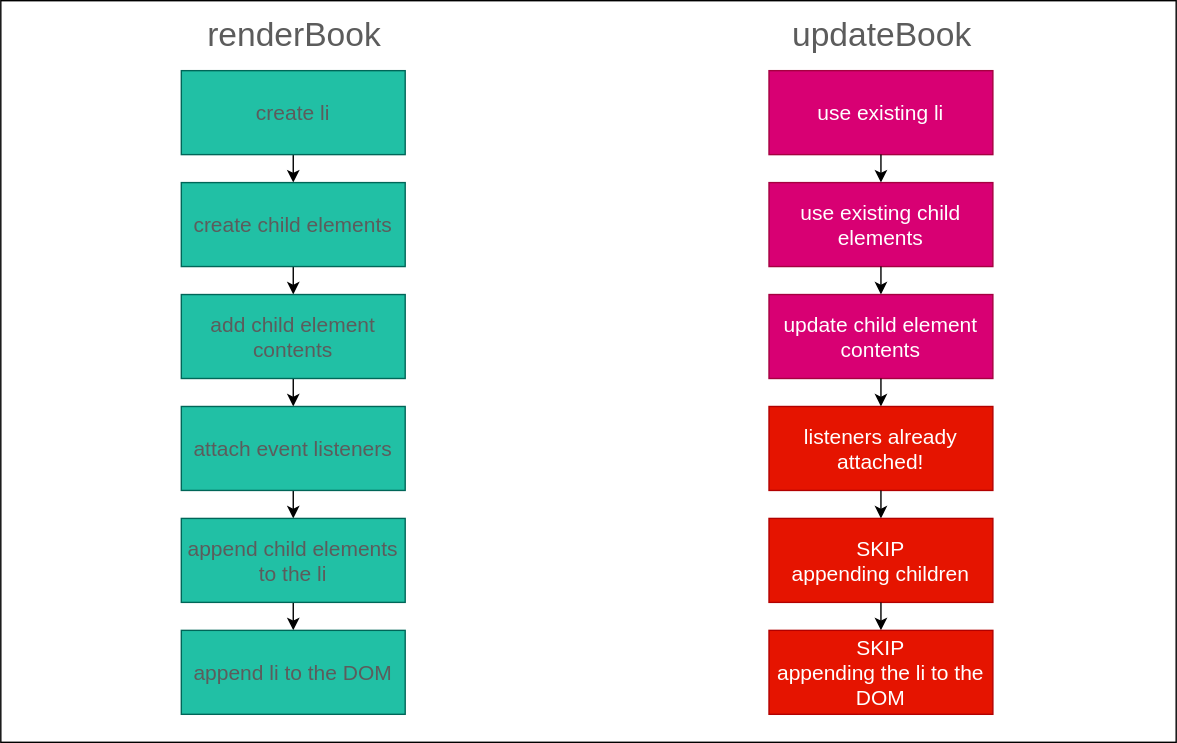
The draw.io diagram 06_PATCH_and_DELETE_Requests/assets/export/render-book-to-update-book.drawio.svg in learn-co-curriculum/SENG-LIVE-010923-Phase-1-JS, before a commit. Source tidied: cells renumbered, new cells last; positions are measured from the earlier drawing's top-left corner, leaving out a move shared by most shapes.
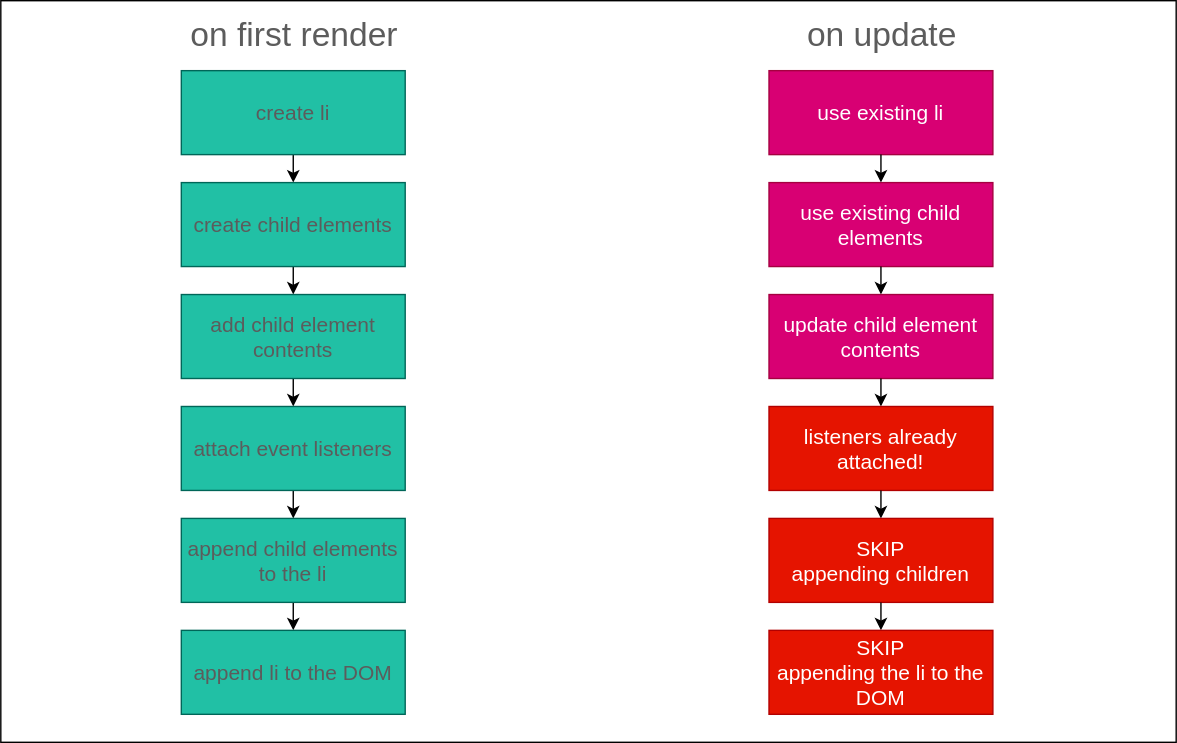
After the commit.

The edit, as a diff of the source:
```diff
@@ -11,7 +11,7 @@
     <mxCell id="4" value="&lt;font style=&quot;font-size: 15px&quot;&gt;create li&lt;/font&gt;" style="rounded=0;whiteSpace=wrap;html=1;strokeColor=#006658;fontColor=#5C5C5C;fillColor=#21C0A5;" parent="1" vertex="1">
       <mxGeometry x="129" y="50" width="160" height="60" as="geometry" />
     </mxCell>
-    <mxCell id="5" value="&lt;font style=&quot;font-size: 24px&quot;&gt;renderBook&lt;/font&gt;" style="text;html=1;strokeColor=none;fillColor=none;align=center;verticalAlign=middle;whiteSpace=wrap;rounded=0;fontSize=15;fontColor=#5C5C5C;" parent="1" vertex="1">
+    <mxCell id="5" value="&lt;font style=&quot;font-size: 24px&quot;&gt;on first render&lt;/font&gt;" style="text;html=1;strokeColor=none;fillColor=none;align=center;verticalAlign=middle;whiteSpace=wrap;rounded=0;fontSize=15;fontColor=#5C5C5C;" parent="1" vertex="1">
       <mxGeometry width="420" height="50" as="geometry" />
     </mxCell>
     <mxCell id="6" style="edgeStyle=none;html=1;" parent="1" edge="1" source="7" target="9">
@@ -38,7 +38,7 @@
     <mxCell id="13" value="&lt;span style=&quot;font-size: 15px&quot;&gt;append child elements to the li&lt;/span&gt;" style="rounded=0;whiteSpace=wrap;html=1;strokeColor=#006658;fontColor=#5C5C5C;fillColor=#21C0A5;" parent="1" vertex="1">
       <mxGeometry x="129" y="370" width="160" height="60" as="geometry" />
     </mxCell>
-    <mxCell id="14" value="&lt;font style=&quot;font-size: 24px&quot;&gt;updateBook&lt;/font&gt;" style="text;html=1;strokeColor=none;fillColor=none;align=center;verticalAlign=middle;whiteSpace=wrap;rounded=0;fontSize=15;fontColor=#5C5C5C;" parent="1" vertex="1">
+    <mxCell id="14" value="&lt;font style=&quot;font-size: 24px&quot;&gt;on update&lt;/font&gt;" style="text;html=1;strokeColor=none;fillColor=none;align=center;verticalAlign=middle;whiteSpace=wrap;rounded=0;fontSize=15;fontColor=#5C5C5C;" parent="1" vertex="1">
       <mxGeometry x="420" width="420" height="50" as="geometry" />
     </mxCell>
     <mxCell id="15" value="&lt;font style=&quot;font-size: 15px&quot;&gt;append li to the DOM&lt;/font&gt;" style="rounded=0;whiteSpace=wrap;html=1;strokeColor=#006658;fontColor=#5C5C5C;fillColor=#21C0A5;" parent="1" vertex="1">
```
